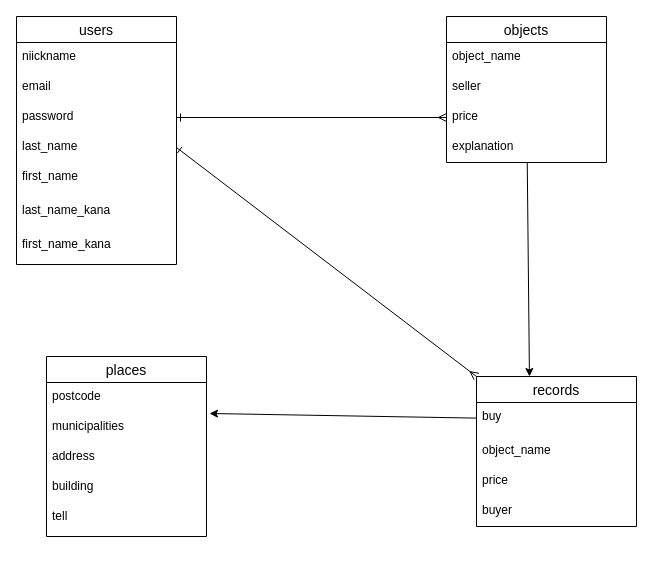
This is test.dio from marugit28/furima-38923, a draw.io file, before an edit. Source tidied: cells renumbered, new cells numbered last; positions are measured from the earlier drawing's top-left corner, leaving out a move shared by most shapes. Both pictures are drawn from the tidied source at 100%, with x=0, y=0 at pixel (16, 16).
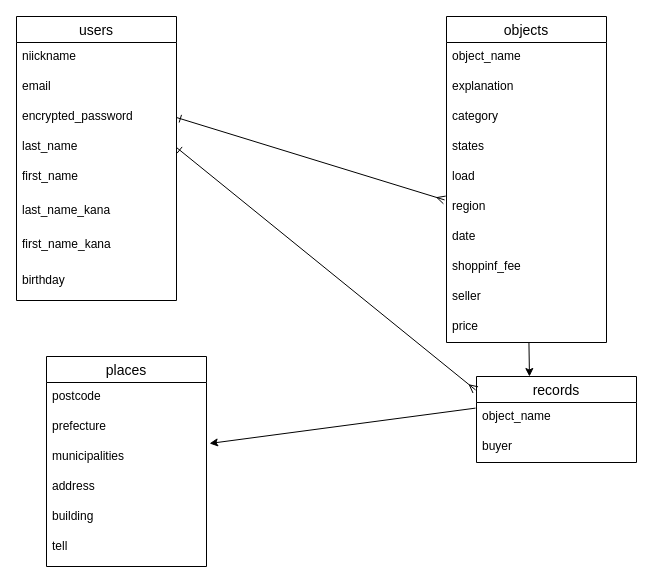
The same page after the edit.

The change refers to these unchanged cells:
```xml
<mxCell id="18" value="last_name" style="text;strokeColor=none;fillColor=none;spacingLeft=4;spacingRight=4;overflow=hidden;points=[[0,0.5],[1,0.5]];portConstraint=eastwest;fontSize=12;" parent="14" vertex="1">
  <mxGeometry y="116" width="160" height="30" as="geometry" />
</mxCell>
```

Change to the diagram source:
```diff
@@
     <mxCell id="2" value="places" style="swimlane;fontStyle=0;horizontal=1;startSize=26;align=center;fontSize=14;" parent="1" vertex="1">
-      <mxGeometry x="30" y="340" width="160" height="180" as="geometry" />
+      <mxGeometry x="30" y="340" width="160" height="210" as="geometry" />
     </mxCell>
@@
+    <mxCell id="31" value="prefecture" style="text;strokeColor=none;fillColor=none;spacingLeft=4;spacingRight=4;overflow=hidden;fontSize=12;" parent="2" vertex="1">
+      <mxGeometry y="56" width="160" height="30" as="geometry" />
+    </mxCell>
     <mxCell id="4" value="municipalities" style="text;strokeColor=none;fillColor=none;spacingLeft=4;spacingRight=4;overflow=hidden;points=[[0,0.5],[1,0.5]];portConstraint=eastwest;fontSize=12;" parent="2" vertex="1">
-      <mxGeometry y="56" width="160" height="30" as="geometry" />
+      <mxGeometry y="86" width="160" height="30" as="geometry" />
     </mxCell>
     <mxCell id="5" value="address" style="text;strokeColor=none;fillColor=none;spacingLeft=4;spacingRight=4;overflow=hidden;fontSize=12;" parent="2" vertex="1">
-      <mxGeometry y="86" width="160" height="30" as="geometry" />
+      <mxGeometry y="116" width="160" height="30" as="geometry" />
     </mxCell>
     <mxCell id="6" value="building" style="text;strokeColor=none;fillColor=none;spacingLeft=4;spacingRight=4;overflow=hidden;fontSize=12;" parent="2" vertex="1">
-      <mxGeometry y="116" width="160" height="30" as="geometry" />
+      <mxGeometry y="146" width="160" height="30" as="geometry" />
     </mxCell>
     <mxCell id="7" value="tell" style="text;strokeColor=none;fillColor=none;spacingLeft=4;spacingRight=4;overflow=hidden;fontSize=12;" parent="2" vertex="1">
-      <mxGeometry y="146" width="160" height="34" as="geometry" />
+      <mxGeometry y="176" width="160" height="34" as="geometry" />
     </mxCell>
@@
     <mxCell id="9" value="objects" style="swimlane;fontStyle=0;horizontal=1;startSize=26;align=center;fontSize=14;" parent="1" vertex="1">
-      <mxGeometry x="430" width="160" height="146" as="geometry" />
+      <mxGeometry x="430" width="160" height="326" as="geometry" />
     </mxCell>
@@
+    <mxCell id="13" value="explanation" style="text;strokeColor=none;fillColor=none;spacingLeft=4;spacingRight=4;overflow=hidden;fontSize=12;" parent="9" vertex="1">
+      <mxGeometry y="56" width="160" height="30" as="geometry" />
+    </mxCell>
+    <mxCell id="32" value="category" style="text;strokeColor=none;fillColor=none;spacingLeft=4;spacingRight=4;overflow=hidden;fontSize=12;" parent="9" vertex="1">
+      <mxGeometry y="86" width="160" height="30" as="geometry" />
+    </mxCell>
+    <mxCell id="33" value="states" style="text;strokeColor=none;fillColor=none;spacingLeft=4;spacingRight=4;overflow=hidden;fontSize=12;" parent="9" vertex="1">
+      <mxGeometry y="116" width="160" height="30" as="geometry" />
+    </mxCell>
+    <mxCell id="34" value="load" style="text;strokeColor=none;fillColor=none;spacingLeft=4;spacingRight=4;overflow=hidden;fontSize=12;" parent="9" vertex="1">
+      <mxGeometry y="146" width="160" height="30" as="geometry" />
+    </mxCell>
+    <mxCell id="35" value="region" style="text;strokeColor=none;fillColor=none;spacingLeft=4;spacingRight=4;overflow=hidden;points=[[0,0.5],[1,0.5]];portConstraint=eastwest;fontSize=12;" parent="9" vertex="1">
+      <mxGeometry y="176" width="160" height="30" as="geometry" />
+    </mxCell>
+    <mxCell id="36" value="date" style="text;strokeColor=none;fillColor=none;spacingLeft=4;spacingRight=4;overflow=hidden;fontSize=12;" parent="9" vertex="1">
+      <mxGeometry y="206" width="160" height="30" as="geometry" />
+    </mxCell>
+    <mxCell id="37" value="shoppinf_fee" style="text;strokeColor=none;fillColor=none;spacingLeft=4;spacingRight=4;overflow=hidden;fontSize=12;" parent="9" vertex="1">
+      <mxGeometry y="236" width="160" height="30" as="geometry" />
+    </mxCell>
     <mxCell id="11" value="seller" style="text;strokeColor=none;fillColor=none;spacingLeft=4;spacingRight=4;overflow=hidden;fontSize=12;" parent="9" vertex="1">
-      <mxGeometry y="56" width="160" height="30" as="geometry" />
+      <mxGeometry y="266" width="160" height="30" as="geometry" />
     </mxCell>
     <mxCell id="12" value="price" style="text;strokeColor=none;fillColor=none;spacingLeft=4;spacingRight=4;overflow=hidden;points=[[0,0.5],[1,0.5]];portConstraint=eastwest;fontSize=12;" parent="9" vertex="1">
-      <mxGeometry y="86" width="160" height="30" as="geometry" />
+      <mxGeometry y="296" width="160" height="30" as="geometry" />
     </mxCell>
-    <mxCell id="13" value="explanation" style="text;strokeColor=none;fillColor=none;spacingLeft=4;spacingRight=4;overflow=hidden;fontSize=12;" parent="9" vertex="1">
-      <mxGeometry y="116" width="160" height="30" as="geometry" />
-    </mxCell>
     <mxCell id="14" value="users" style="swimlane;fontStyle=0;horizontal=1;startSize=26;align=center;fontSize=14;" parent="1" vertex="1">
-      <mxGeometry width="160" height="248" as="geometry" />
+      <mxGeometry width="160" height="284" as="geometry" />
     </mxCell>
@@
-    <mxCell id="17" value="password" style="text;strokeColor=none;fillColor=none;spacingLeft=4;spacingRight=4;overflow=hidden;points=[[0,0.5],[1,0.5]];portConstraint=eastwest;fontSize=12;" parent="14" vertex="1">
+    <mxCell id="17" value="encrypted_password" style="text;strokeColor=none;fillColor=none;spacingLeft=4;spacingRight=4;overflow=hidden;points=[[0,0.5],[1,0.5]];portConstraint=eastwest;fontSize=12;" parent="14" vertex="1">
       <mxGeometry y="86" width="160" height="30" as="geometry" />
     </mxCell>
@@
     <mxCell id="21" value="first_name_kana" style="text;strokeColor=none;fillColor=none;spacingLeft=4;spacingRight=4;overflow=hidden;fontSize=12;" parent="14" vertex="1">
-      <mxGeometry y="214" width="160" height="34" as="geometry" />
+      <mxGeometry y="214" width="160" height="36" as="geometry" />
     </mxCell>
+    <mxCell id="38" value="birthday" style="text;strokeColor=none;fillColor=none;spacingLeft=4;spacingRight=4;overflow=hidden;fontSize=12;" parent="14" vertex="1">
+      <mxGeometry y="250" width="160" height="34" as="geometry" />
+    </mxCell>
     <mxCell id="22" value="records" style="swimlane;fontStyle=0;horizontal=1;startSize=26;align=center;fontSize=14;" parent="1" vertex="1">
-      <mxGeometry x="460" y="360" width="160" height="150" as="geometry" />
+      <mxGeometry x="460" y="360" width="160" height="86" as="geometry" />
     </mxCell>
-    <mxCell id="23" value="buy" style="text;strokeColor=none;fillColor=none;spacingLeft=4;spacingRight=4;overflow=hidden;points=[[0,0.5],[1,0.5]];portConstraint=eastwest;fontSize=12;" parent="22" vertex="1">
-      <mxGeometry y="26" width="160" height="34" as="geometry" />
-    </mxCell>
     <mxCell id="24" value="object_name" style="text;strokeColor=none;fillColor=none;spacingLeft=4;spacingRight=4;overflow=hidden;points=[[0,0.5],[1,0.5]];portConstraint=eastwest;fontSize=12;labelBorderColor=none;" parent="22" vertex="1">
-      <mxGeometry y="60" width="160" height="30" as="geometry" />
+      <mxGeometry y="26" width="160" height="30" as="geometry" />
     </mxCell>
-    <mxCell id="25" value="price" style="text;strokeColor=none;fillColor=none;spacingLeft=4;spacingRight=4;overflow=hidden;fontSize=12;" parent="22" vertex="1">
-      <mxGeometry y="90" width="160" height="30" as="geometry" />
-    </mxCell>
-    <mxCell id="26" style="text;strokeColor=none;fillColor=none;spacingLeft=4;spacingRight=4;overflow=hidden;fontSize=12;" parent="22" vertex="1">
-      <mxGeometry y="120" width="160" height="30" as="geometry" />
-    </mxCell>
+    <mxCell id="30" value="buyer" style="text;strokeColor=none;fillColor=none;spacingLeft=4;spacingRight=4;overflow=hidden;fontSize=12;" parent="22" vertex="1">
+      <mxGeometry y="56" width="160" height="30" as="geometry" />
+    </mxCell>
-    <mxCell id="27" style="edgeStyle=none;html=1;entryX=1.019;entryY=0.033;entryDx=0;entryDy=0;entryPerimeter=0;" parent="1" edge="1" source="23" target="4">
+    <mxCell id="27" style="edgeStyle=none;html=1;entryX=1.019;entryY=0.033;entryDx=0;entryDy=0;entryPerimeter=0;exitX=-0.006;exitY=0.187;exitDx=0;exitDy=0;exitPerimeter=0;" parent="1" edge="1" source="24" target="4">
       <mxGeometry relative="1" as="geometry" />
     </mxCell>
-    <mxCell id="28" style="edgeStyle=none;html=1;exitX=1;exitY=0.5;exitDx=0;exitDy=0;endArrow=ERmany;endFill=0;startArrow=ERone;startFill=0;" parent="1" edge="1" source="18">
-      <mxGeometry relative="1" as="geometry">
-        <mxPoint x="460" y="360" as="targetPoint" />
-      </mxGeometry>
+    <mxCell id="28" style="edgeStyle=none;html=1;exitX=1;exitY=0.5;exitDx=0;exitDy=0;endArrow=ERmany;endFill=0;startArrow=ERone;startFill=0;entryX=-0.006;entryY=0.156;entryDx=0;entryDy=0;entryPerimeter=0;" parent="1" edge="1" source="18" target="22">
+      <mxGeometry relative="1" as="geometry" />
     </mxCell>
-    <mxCell id="29" style="edgeStyle=none;html=1;exitX=1;exitY=0.5;exitDx=0;exitDy=0;entryX=0;entryY=0.5;entryDx=0;entryDy=0;horizontal=1;endArrow=ERmany;endFill=0;startArrow=ERone;startFill=0;" parent="1" edge="1" source="17" target="12">
+    <mxCell id="29" style="edgeStyle=none;html=1;exitX=1;exitY=0.5;exitDx=0;exitDy=0;entryX=-0.012;entryY=0.247;entryDx=0;entryDy=0;horizontal=1;endArrow=ERmany;endFill=0;startArrow=ERone;startFill=0;entryPerimeter=0;" parent="1" edge="1" source="17" target="35">
       <mxGeometry relative="1" as="geometry" />
     </mxCell>
-    <mxCell id="30" value="buyer" style="text;strokeColor=none;fillColor=none;spacingLeft=4;spacingRight=4;overflow=hidden;fontSize=12;" parent="1" vertex="1">
-      <mxGeometry x="460" y="480" width="160" height="30" as="geometry" />
-    </mxCell>
```
